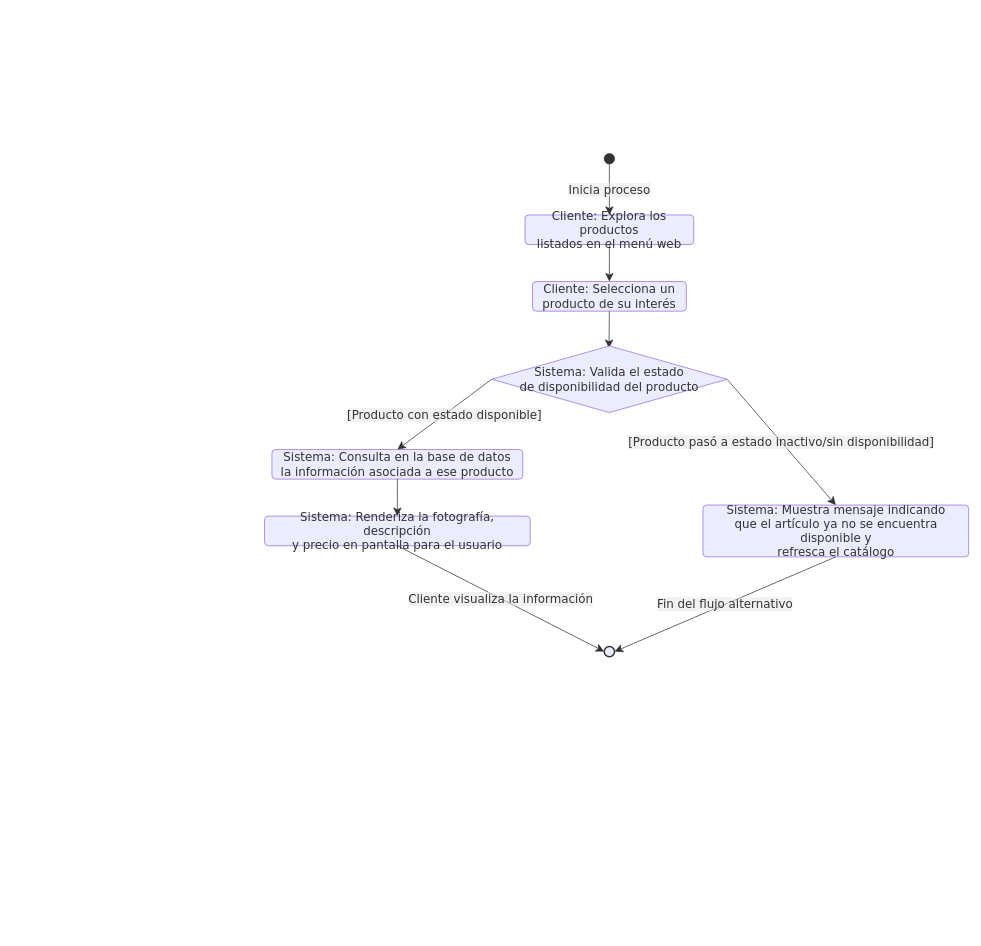
Above: page "RF02" (2 of 14) of documentacion/Diagramas/Diagramas Casos de Uso.drawio in CanelaFeliz/ProyectoPPI115 (draw.io), before the change. Source tidied: cells renumbered, new cells numbered last; positions are measured from the earlier drawing's top-left corner, leaving out a move shared by most shapes. Both pictures are drawn from the tidied source at 74%, with x=0, y=0 at pixel (13, 13).
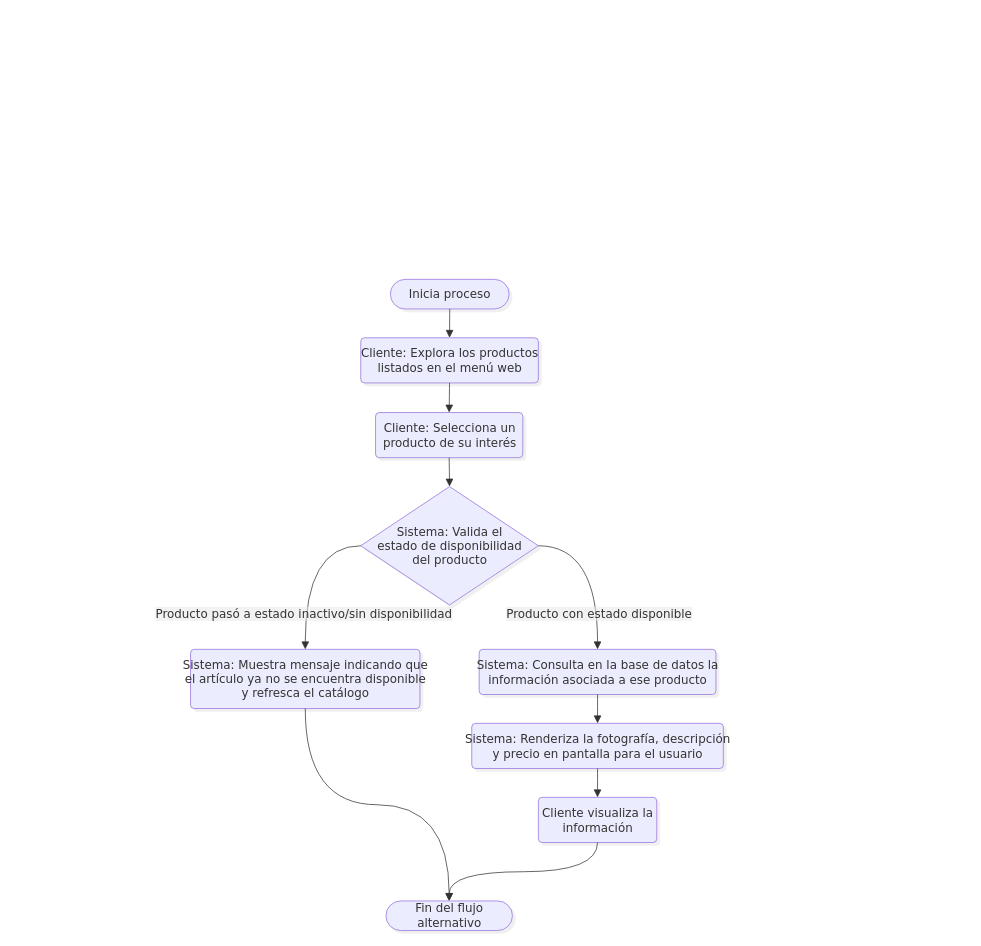
After the change.

The change refers to these unchanged cells:
```xml
<mxCell id="2" style="group;transparentBounds=1;editIcon=1;lockedGroup=0;groupPadding=10;" parent="1" vertex="1">
  <mxGeometry as="geometry" />
</mxCell>
```

Change to the diagram source:
```diff
@@
-    <mxCell id="3" style="ellipse;html=1;fillColor=light-dark(#333333,#cccccc);strokeColor=light-dark(#333333,#cccccc);fontColor=light-dark(#333333,#cccccc);fontFamily=Trebuchet MS,Verdana,Arial,sans-serif;fontSize=16;" parent="2" vertex="1">
-      <mxGeometry x="799" y="190" width="14" height="14" as="geometry" />
-    </mxCell>
+    <mxCell id="10" value="Inicia proceso" style="html=1;rounded=1;whiteSpace=wrap;arcSize=50;strokeWidth=1;fillColor=light-dark(#ECECFF,#1f2020);strokeColor=light-dark(#9370DB,#cccccc);fontColor=light-dark(#333333,#cccccc);fontFamily=Trebuchet MS,Verdana,Arial,sans-serif;fontSize=16;shadow=1;shadowColor=#000000;shadowOffsetX=4;shadowOffsetY=4;shadowBlur=0;shadowOpacity=6;" parent="2" vertex="1">
+      <mxGeometry x="510" y="360" width="160.5" height="40" as="geometry" />
+    </mxCell>
-    <mxCell id="4" value="Cliente: Explora los productos&lt;div&gt;listados en el menú web&lt;/div&gt;" style="rounded=1;absoluteArcSize=1;arcSize=10;html=1;whiteSpace=wrap;strokeWidth=1;fillColor=light-dark(#ECECFF,#1f2020);strokeColor=light-dark(#9370DB,#cccccc);fontColor=light-dark(#333333,#cccccc);fontFamily=Trebuchet MS,Verdana,Arial,sans-serif;fontSize=16;" parent="2" vertex="1">
-      <mxGeometry x="692" y="273" width="228" height="40" as="geometry" />
+    <mxCell id="4" value="Cliente: Explora los productos&lt;br&gt;listados en el menú web" style="rounded=1;absoluteArcSize=1;arcSize=10;html=1;strokeWidth=1;fillColor=light-dark(#ECECFF,#1f2020);strokeColor=light-dark(#9370DB,#cccccc);fontColor=light-dark(#333333,#cccccc);fontFamily=Trebuchet MS,Verdana,Arial,sans-serif;fontSize=16;shadow=1;shadowColor=#000000;shadowOffsetX=4;shadowOffsetY=4;shadowBlur=0;shadowOpacity=6;labelWidth=120;" parent="2" vertex="1">
+      <mxGeometry x="470" y="439" width="240" height="61" as="geometry" />
     </mxCell>
-    <mxCell id="5" value="Cliente: Selecciona un&lt;div&gt;producto de su interés&lt;/div&gt;" style="rounded=1;absoluteArcSize=1;arcSize=10;html=1;whiteSpace=wrap;strokeWidth=1;fillColor=light-dark(#ECECFF,#1f2020);strokeColor=light-dark(#9370DB,#cccccc);fontColor=light-dark(#333333,#cccccc);fontFamily=Trebuchet MS,Verdana,Arial,sans-serif;fontSize=16;" parent="2" vertex="1">
-      <mxGeometry x="702" y="363" width="208" height="40" as="geometry" />
+    <mxCell id="5" value="Cliente: Selecciona un&lt;br&gt;producto de su interés" style="rounded=1;absoluteArcSize=1;arcSize=10;html=1;strokeWidth=1;fillColor=light-dark(#ECECFF,#1f2020);strokeColor=light-dark(#9370DB,#cccccc);fontColor=light-dark(#333333,#cccccc);fontFamily=Trebuchet MS,Verdana,Arial,sans-serif;fontSize=16;shadow=1;shadowColor=#000000;shadowOffsetX=4;shadowOffsetY=4;shadowBlur=0;shadowOpacity=6;labelWidth=120;" parent="2" vertex="1">
+      <mxGeometry x="490" y="540" width="199" height="61" as="geometry" />
     </mxCell>
+    <mxCell id="18" value="Sistema: Valida el&lt;br&gt;estado de disponibilidad&lt;br&gt;del producto" style="rhombus;html=1;strokeWidth=1;fillColor=light-dark(#ECECFF,#1f2020);strokeColor=light-dark(#9370DB,#cccccc);fontColor=light-dark(#333333,#cccccc);fontFamily=Trebuchet MS,Verdana,Arial,sans-serif;fontSize=16;shadow=1;shadowColor=#000000;shadowOffsetX=4;shadowOffsetY=4;shadowBlur=0;shadowOpacity=6;labelWidth=120;" parent="2" vertex="1">
+      <mxGeometry x="470" y="640" width="240" height="160" as="geometry" />
+    </mxCell>
-    <mxCell id="6" value="Sistema: Consulta en la base de datos&lt;div&gt;la información asociada a ese producto&lt;/div&gt;" style="rounded=1;absoluteArcSize=1;arcSize=10;html=1;whiteSpace=wrap;strokeWidth=1;fillColor=light-dark(#ECECFF,#1f2020);strokeColor=light-dark(#9370DB,#cccccc);fontColor=light-dark(#333333,#cccccc);fontFamily=Trebuchet MS,Verdana,Arial,sans-serif;fontSize=16;" parent="2" vertex="1">
-      <mxGeometry x="350" y="590" width="339" height="40" as="geometry" />
+    <mxCell id="6" value="Sistema: Consulta en la base de datos la&lt;br&gt;información asociada a ese producto" style="rounded=1;absoluteArcSize=1;arcSize=10;html=1;strokeWidth=1;fillColor=light-dark(#ECECFF,#1f2020);strokeColor=light-dark(#9370DB,#cccccc);fontColor=light-dark(#333333,#cccccc);fontFamily=Trebuchet MS,Verdana,Arial,sans-serif;fontSize=16;shadow=1;shadowColor=#000000;shadowOffsetX=4;shadowOffsetY=4;shadowBlur=0;shadowOpacity=6;labelWidth=120;" parent="2" vertex="1">
+      <mxGeometry x="630" y="860" width="320" height="61" as="geometry" />
     </mxCell>
+    <mxCell id="8" value="Sistema: Muestra mensaje indicando que&lt;br&gt;el artículo ya no se encuentra disponible&lt;br&gt;y refresca el catálogo" style="rounded=1;absoluteArcSize=1;arcSize=10;html=1;strokeWidth=1;fillColor=light-dark(#ECECFF,#1f2020);strokeColor=light-dark(#9370DB,#cccccc);fontColor=light-dark(#333333,#cccccc);fontFamily=Trebuchet MS,Verdana,Arial,sans-serif;fontSize=16;shadow=1;shadowColor=#000000;shadowOffsetX=4;shadowOffsetY=4;shadowBlur=0;shadowOpacity=6;labelWidth=120;" parent="2" vertex="1">
+      <mxGeometry x="240" y="860" width="310" height="80" as="geometry" />
+    </mxCell>
-    <mxCell id="7" value="Sistema: Renderiza la fotografía, descripción&lt;div&gt;y precio en pantalla para el usuario&lt;/div&gt;" style="rounded=1;absoluteArcSize=1;arcSize=10;html=1;whiteSpace=wrap;strokeWidth=1;fillColor=light-dark(#ECECFF,#1f2020);strokeColor=light-dark(#9370DB,#cccccc);fontColor=light-dark(#333333,#cccccc);fontFamily=Trebuchet MS,Verdana,Arial,sans-serif;fontSize=16;" parent="2" vertex="1">
-      <mxGeometry x="340" y="680" width="359" height="40" as="geometry" />
+    <mxCell id="7" value="Sistema: Renderiza la fotografía, descripción&lt;br&gt;y precio en pantalla para el usuario" style="rounded=1;absoluteArcSize=1;arcSize=10;html=1;strokeWidth=1;fillColor=light-dark(#ECECFF,#1f2020);strokeColor=light-dark(#9370DB,#cccccc);fontColor=light-dark(#333333,#cccccc);fontFamily=Trebuchet MS,Verdana,Arial,sans-serif;fontSize=16;shadow=1;shadowColor=#000000;shadowOffsetX=4;shadowOffsetY=4;shadowBlur=0;shadowOpacity=6;labelWidth=120;" parent="2" vertex="1">
+      <mxGeometry x="620" y="960" width="340" height="61" as="geometry" />
     </mxCell>
-    <mxCell id="8" value="Sistema: Muestra mensaje indicando&lt;div&gt;que el artículo ya&amp;nbsp;&lt;span style=&quot;background-color: transparent; color: light-dark(rgb(51, 51, 51), rgb(204, 204, 204));&quot;&gt;no se encuentra disponible y&lt;/span&gt;&lt;/div&gt;&lt;div&gt;&lt;span style=&quot;background-color: transparent; color: light-dark(rgb(51, 51, 51), rgb(204, 204, 204));&quot;&gt;refresca el catálogo&lt;/span&gt;&lt;/div&gt;" style="rounded=1;absoluteArcSize=1;arcSize=10;html=1;whiteSpace=wrap;strokeWidth=1;fillColor=light-dark(#ECECFF,#1f2020);strokeColor=light-dark(#9370DB,#cccccc);fontColor=light-dark(#333333,#cccccc);fontFamily=Trebuchet MS,Verdana,Arial,sans-serif;fontSize=16;" parent="2" vertex="1">
-      <mxGeometry x="932.5" y="665" width="359" height="70" as="geometry" />
-    </mxCell>
-    <mxCell id="9" style="ellipse;html=1;fillColor=light-dark(#ECECFF,#1f2020);strokeColor=light-dark(#333333,#cccccc);strokeWidth=2;centerRadius=4;centerColor=light-dark(#9370DB,#cccccc);fontColor=light-dark(#333333,#cccccc);fontFamily=Trebuchet MS,Verdana,Arial,sans-serif;fontSize=16;" parent="2" vertex="1">
-      <mxGeometry x="799" y="856" width="14" height="14" as="geometry" />
-    </mxCell>
-    <mxCell id="10" value="Inicia proceso" style="curved=1;startArrow=none;endArrow=classic;endSize=9;fillColor=none;strokeColor=light-dark(#333333,#cccccc);html=1;fontSize=16;labelBackgroundColor=#E8E8E88D;fontFamily=Trebuchet MS,Verdana,Arial,sans-serif;fontColor=light-dark(#333333,#cccccc);exitX=0.5;exitY=1;entryX=0.5;entryY=0;rounded=0;" parent="2" edge="1" source="3" target="4">
-      <mxGeometry relative="1" as="geometry" />
-    </mxCell>
+    <mxCell id="16" value="Cliente visualiza la&lt;br&gt;información" style="rounded=1;absoluteArcSize=1;arcSize=10;html=1;strokeWidth=1;fillColor=light-dark(#ECECFF,#1f2020);strokeColor=light-dark(#9370DB,#cccccc);fontColor=light-dark(#333333,#cccccc);fontFamily=Trebuchet MS,Verdana,Arial,sans-serif;fontSize=16;shadow=1;shadowColor=#000000;shadowOffsetX=4;shadowOffsetY=4;shadowBlur=0;shadowOpacity=6;labelWidth=120;" parent="2" vertex="1">
+      <mxGeometry x="710" y="1060" width="160" height="61" as="geometry" />
+    </mxCell>
+    <mxCell id="17" value="Fin del flujo alternativo" style="html=1;rounded=1;whiteSpace=wrap;arcSize=50;strokeWidth=1;fillColor=light-dark(#ECECFF,#1f2020);strokeColor=light-dark(#9370DB,#cccccc);fontColor=light-dark(#333333,#cccccc);fontFamily=Trebuchet MS,Verdana,Arial,sans-serif;fontSize=16;shadow=1;shadowColor=#000000;shadowOffsetX=4;shadowOffsetY=4;shadowBlur=0;shadowOpacity=6;labelWidth=120;" parent="2" vertex="1">
+      <mxGeometry x="504" y="1200" width="171" height="40" as="geometry" />
+    </mxCell>
+    <mxCell id="19" style="curved=1;startArrow=none;endArrow=block;endSize=8;strokeColor=light-dark(#333333,#cccccc);exitX=0.5;exitY=1;entryX=0.5;entryY=0;targetPerimeterSpacing=4;rounded=0;" parent="2" edge="1" source="10" target="4">
+      <mxGeometry relative="1" as="geometry" />
+    </mxCell>
-    <mxCell id="11" style="curved=1;startArrow=none;endArrow=classic;endSize=9;fillColor=none;strokeColor=light-dark(#333333,#cccccc);exitX=0.5;exitY=1;entryX=0.5;entryY=0;rounded=0;" parent="2" edge="1" source="4" target="5">
+    <mxCell id="11" style="curved=1;startArrow=none;endArrow=block;endSize=8;strokeColor=light-dark(#333333,#cccccc);exitX=0.5;exitY=1;entryX=0.5;entryY=0;targetPerimeterSpacing=4;rounded=0;" parent="2" edge="1" source="4" target="5">
       <mxGeometry relative="1" as="geometry" />
     </mxCell>
-    <mxCell id="12" style="curved=1;startArrow=none;endArrow=classic;endSize=9;fillColor=none;strokeColor=light-dark(#333333,#cccccc);exitX=0.5;exitY=1;entryX=0.5;entryY=0;rounded=0;" parent="2" edge="1" source="5">
-      <mxGeometry relative="1" as="geometry">
-        <mxPoint x="805.5" y="453" as="targetPoint" />
-      </mxGeometry>
-    </mxCell>
+    <mxCell id="20" style="curved=1;startArrow=none;endArrow=block;endSize=8;strokeColor=light-dark(#333333,#cccccc);exitX=0.5;exitY=1;entryX=0.5;entryY=0;targetPerimeterSpacing=4;rounded=0;" parent="2" edge="1" source="5" target="18">
+      <mxGeometry relative="1" as="geometry" />
+    </mxCell>
-    <mxCell id="13" value="[Producto con estado disponible]" style="curved=1;startArrow=none;endArrow=classic;endSize=9;fillColor=none;strokeColor=light-dark(#333333,#cccccc);html=1;fontSize=16;labelBackgroundColor=#E8E8E88D;fontFamily=Trebuchet MS,Verdana,Arial,sans-serif;fontColor=light-dark(#333333,#cccccc);exitX=0;exitY=0.5;entryX=0.5;entryY=0;rounded=0;exitDx=0;exitDy=0;" parent="2" edge="1" source="18" target="6">
-      <mxGeometry relative="1" as="geometry" />
+    <mxCell id="13" value="Producto con estado disponible" style="curved=1;startArrow=none;endArrow=block;endSize=8;strokeColor=light-dark(#333333,#cccccc);html=1;fontSize=16;labelBackgroundColor=light-dark(#E8E8E88D,#2a2a2a8D);fontFamily=Trebuchet MS,Verdana,Arial,sans-serif;fontColor=light-dark(#333333,#cccccc);exitX=1;exitY=0.5;entryX=0.5;entryY=0;targetPerimeterSpacing=4;rounded=0;exitDx=0;exitDy=0;edgeStyle=orthogonalEdgeStyle;curveGeometry=1;" parent="2" edge="1" source="18" target="6">
+      <mxGeometry x="0.56" y="2" relative="1" as="geometry" />
     </mxCell>
-    <mxCell id="14" value="[Producto pasó a estado inactivo/sin disponibilidad]" style="curved=1;startArrow=none;endArrow=classic;endSize=9;fillColor=none;strokeColor=light-dark(#333333,#cccccc);html=1;fontSize=16;labelBackgroundColor=#E8E8E88D;fontFamily=Trebuchet MS,Verdana,Arial,sans-serif;fontColor=light-dark(#333333,#cccccc);exitX=1;exitY=0.5;entryX=0.5;entryY=0;rounded=0;exitDx=0;exitDy=0;" parent="2" edge="1" source="18" target="8">
-      <mxGeometry relative="1" as="geometry" />
+    <mxCell id="14" value="Producto pasó a estado inactivo/sin disponibilidad" style="curved=1;startArrow=none;endArrow=block;endSize=8;strokeColor=light-dark(#333333,#cccccc);html=1;fontSize=16;labelBackgroundColor=light-dark(#E8E8E88D,#2a2a2a8D);fontFamily=Trebuchet MS,Verdana,Arial,sans-serif;fontColor=light-dark(#333333,#cccccc);exitX=0;exitY=0.5;entryX=0.5;entryY=0;targetPerimeterSpacing=4;rounded=0;exitDx=0;exitDy=0;edgeStyle=orthogonalEdgeStyle;curveGeometry=1;" parent="2" edge="1" source="18" target="8">
+      <mxGeometry x="0.55" y="-2" relative="1" as="geometry" />
     </mxCell>
-    <mxCell id="15" style="curved=1;startArrow=none;endArrow=classic;endSize=9;fillColor=none;strokeColor=light-dark(#333333,#cccccc);exitX=0.5;exitY=1;entryX=0.5;entryY=0;rounded=0;" parent="2" edge="1" source="6" target="7">
+    <mxCell id="15" style="curved=1;startArrow=none;endArrow=block;endSize=8;strokeColor=light-dark(#333333,#cccccc);exitX=0.5;exitY=1;entryX=0.5;entryY=0;targetPerimeterSpacing=4;rounded=0;" parent="2" edge="1" source="6" target="7">
       <mxGeometry relative="1" as="geometry" />
     </mxCell>
-    <mxCell id="16" value="Cliente visualiza la información" style="curved=1;startArrow=none;endArrow=classic;endSize=9;fillColor=none;strokeColor=light-dark(#333333,#cccccc);html=1;fontSize=16;labelBackgroundColor=#E8E8E88D;fontFamily=Trebuchet MS,Verdana,Arial,sans-serif;fontColor=light-dark(#333333,#cccccc);exitX=0.5;exitY=1;entryX=0;entryY=0.43;rounded=0;" parent="2" edge="1" source="7" target="9">
-      <mxGeometry relative="1" as="geometry" />
-    </mxCell>
-    <mxCell id="17" value="Fin del flujo alternativo" style="curved=1;startArrow=none;endArrow=classic;endSize=9;fillColor=none;strokeColor=light-dark(#333333,#cccccc);html=1;fontSize=16;labelBackgroundColor=#E8E8E88D;fontFamily=Trebuchet MS,Verdana,Arial,sans-serif;fontColor=light-dark(#333333,#cccccc);exitX=0.5;exitY=1;entryX=1;entryY=0.43;rounded=0;" parent="2" edge="1" source="8" target="9">
-      <mxGeometry relative="1" as="geometry" />
-    </mxCell>
-    <mxCell id="18" value="Sistema: Valida el estado&lt;div&gt;de disponibilidad del producto&lt;/div&gt;" style="rhombus;html=1;strokeWidth=1;whiteSpace=wrap;fillColor=light-dark(#ECECFF,#1f2020);strokeColor=light-dark(#9370DB,#cccccc);fontColor=light-dark(#333333,#cccccc);fontFamily=Trebuchet MS,Verdana,Arial,sans-serif;fontSize=16;" parent="2" vertex="1">
-      <mxGeometry x="647" y="450" width="318" height="90" as="geometry" />
-    </mxCell>
+    <mxCell id="21" style="curved=1;startArrow=none;endArrow=block;endSize=8;strokeColor=light-dark(#333333,#cccccc);exitX=0.5;exitY=1;entryX=0.5;entryY=0;targetPerimeterSpacing=4;rounded=0;" parent="2" edge="1" source="7" target="16">
+      <mxGeometry relative="1" as="geometry" />
+    </mxCell>
+    <mxCell id="22" style="curved=1;startArrow=none;endArrow=block;endSize=8;strokeColor=light-dark(#333333,#cccccc);exitX=0.5;exitY=1;entryX=0.5;entryY=0;targetPerimeterSpacing=4;rounded=0;entryDx=0;entryDy=0;edgeStyle=orthogonalEdgeStyle;curveGeometry=1;" parent="2" edge="1" source="8" target="17">
+      <mxGeometry relative="1" as="geometry" />
+    </mxCell>
+    <mxCell id="23" style="curved=1;startArrow=none;endArrow=block;endSize=8;strokeColor=light-dark(#333333,#cccccc);exitX=0.5;exitY=0.99;entryX=0.5;entryY=0;targetPerimeterSpacing=4;rounded=0;entryDx=0;entryDy=0;edgeStyle=orthogonalEdgeStyle;curveGeometry=1;" parent="2" edge="1" source="16" target="17">
+      <mxGeometry relative="1" as="geometry" />
+    </mxCell>
```
